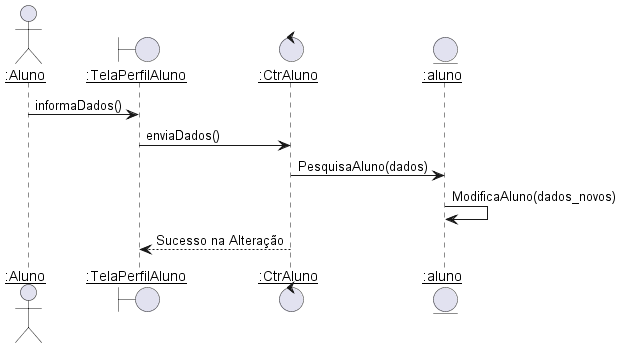
Before: diagramas/sequencia/alterar_aluno.png, a diagram exported from PlantUML (Pedro-V/projetorium).
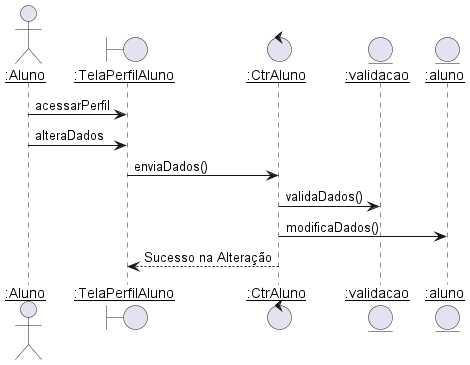
Later version of the same file.

Diff of the diagram source:
```diff
@@ -4,14 +4,16 @@
 actor ":Aluno" as Aluno
 boundary ":TelaPerfilAluno" as TelaPerfilAluno
 control ":CtrAluno" as CtrAluno
+entity ":validacao" as validacao
 entity ":aluno" as aluno
 
 
 
-Aluno -> TelaPerfilAluno : informaDados()
+Aluno -> TelaPerfilAluno : acessarPerfil
+Aluno -> TelaPerfilAluno : alteraDados
 TelaPerfilAluno -> CtrAluno : enviaDados()
-CtrAluno -> aluno : PesquisaAluno(dados)
-aluno -> aluno : ModificaAluno(dados_novos)
+CtrAluno -> validacao: validaDados()
+CtrAluno -> aluno : modificaDados()
 CtrAluno --> TelaPerfilAluno --: Sucesso na Alteração
 
 
```
